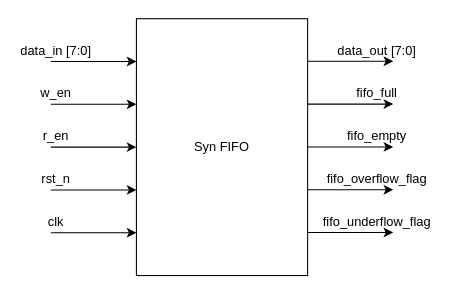
106210049/Synchronous-FIFO-memory-with-Verilog keeps this draw.io diagram as page "FIFO Interface" (1 of 2) of FIFO.drawio. Above is the earlier version. Source tidied: cells renumbered, new cells numbered last; positions are measured from the earlier drawing's top-left corner, leaving out a move shared by most shapes. Both pictures are drawn from the tidied source at 107%, with x=0, y=0 at pixel (18, 18).
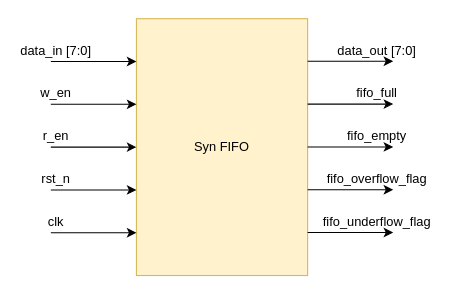
After the change.

What changed in the source:
```diff
@@
-    <mxCell id="2" value="Syn FIFO" style="rounded=0;whiteSpace=wrap;html=1;" parent="1" vertex="1">
+    <mxCell id="2" value="Syn FIFO" style="rounded=0;whiteSpace=wrap;html=1;fillColor=#fff2cc;strokeColor=#d6b656;" parent="1" vertex="1">
       <mxGeometry x="110" width="160" height="240" as="geometry" />
     </mxCell>
```
